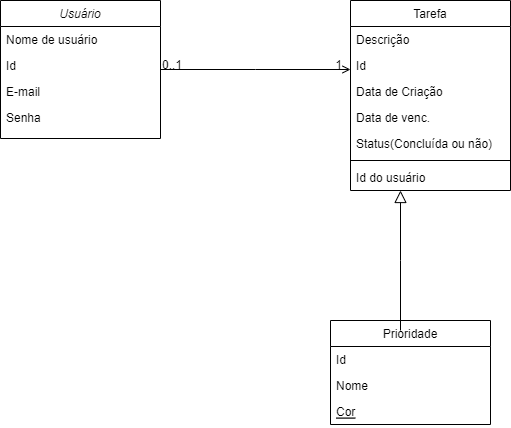
The draw.io diagram Diagrama da poo.drawio.png in Kawanpacheco/POOunemat, before a commit. Source tidied: cells renumbered, new cells last; positions are measured from the earlier drawing's top-left corner, leaving out a move shared by most shapes.
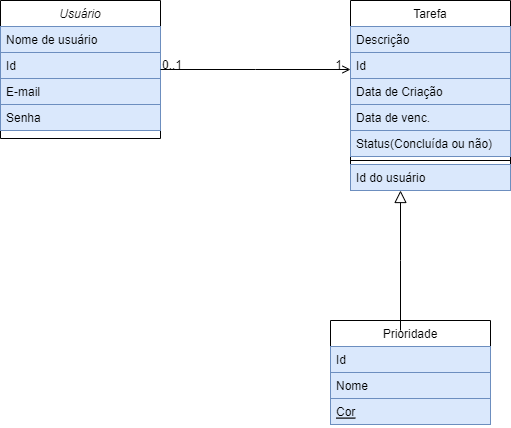
After the commit.

Diff of the diagram source:
```diff
@@ -5,52 +5,52 @@
     <mxCell id="2" value="Usuário" style="swimlane;fontStyle=2;align=center;verticalAlign=top;horizontal=1;startSize=26;rounded=0;shadow=0;strokeWidth=1;" parent="1" vertex="1">
       <mxGeometry width="160" height="138" as="geometry" />
     </mxCell>
-    <mxCell id="3" value="Nome de usuário" style="text;align=left;verticalAlign=top;spacingLeft=4;spacingRight=4;overflow=hidden;" parent="2" vertex="1">
+    <mxCell id="3" value="Nome de usuário" style="text;align=left;verticalAlign=top;spacingLeft=4;spacingRight=4;overflow=hidden;fillColor=#dae8fc;strokeColor=#6c8ebf;" parent="2" vertex="1">
       <mxGeometry y="26" width="160" height="26" as="geometry" />
     </mxCell>
-    <mxCell id="4" value="Id" style="text;align=left;verticalAlign=top;spacingLeft=4;spacingRight=4;overflow=hidden;rounded=0;shadow=0;html=0;" parent="2" vertex="1">
+    <mxCell id="4" value="Id" style="text;align=left;verticalAlign=top;spacingLeft=4;spacingRight=4;overflow=hidden;rounded=0;shadow=0;html=0;fillColor=#dae8fc;strokeColor=#6c8ebf;" parent="2" vertex="1">
       <mxGeometry y="52" width="160" height="26" as="geometry" />
     </mxCell>
-    <mxCell id="5" value="E-mail" style="text;align=left;verticalAlign=top;spacingLeft=4;spacingRight=4;overflow=hidden;rounded=0;shadow=0;html=0;" parent="2" vertex="1">
+    <mxCell id="5" value="E-mail" style="text;align=left;verticalAlign=top;spacingLeft=4;spacingRight=4;overflow=hidden;rounded=0;shadow=0;html=0;fillColor=#dae8fc;strokeColor=#6c8ebf;" parent="2" vertex="1">
       <mxGeometry y="78" width="160" height="26" as="geometry" />
     </mxCell>
-    <mxCell id="6" value="Senha" style="text;align=left;verticalAlign=top;spacingLeft=4;spacingRight=4;overflow=hidden;" parent="2" vertex="1">
+    <mxCell id="6" value="Senha" style="text;align=left;verticalAlign=top;spacingLeft=4;spacingRight=4;overflow=hidden;fillColor=#dae8fc;strokeColor=#6c8ebf;" parent="2" vertex="1">
       <mxGeometry y="104" width="160" height="26" as="geometry" />
     </mxCell>
     <mxCell id="7" value="Prioridade" style="swimlane;fontStyle=0;align=center;verticalAlign=top;horizontal=1;startSize=26;rounded=0;shadow=0;strokeWidth=1;" parent="1" vertex="1">
       <mxGeometry x="330" y="320" width="160" height="104" as="geometry" />
     </mxCell>
-    <mxCell id="8" value="Id" style="text;align=left;verticalAlign=top;spacingLeft=4;spacingRight=4;overflow=hidden;" parent="7" vertex="1">
+    <mxCell id="8" value="Id" style="text;align=left;verticalAlign=top;spacingLeft=4;spacingRight=4;overflow=hidden;fillColor=#dae8fc;strokeColor=#6c8ebf;" parent="7" vertex="1">
       <mxGeometry y="26" width="160" height="26" as="geometry" />
     </mxCell>
-    <mxCell id="9" value="Nome" style="text;align=left;verticalAlign=top;spacingLeft=4;spacingRight=4;overflow=hidden;rounded=0;shadow=0;html=0;" parent="7" vertex="1">
+    <mxCell id="9" value="Nome" style="text;align=left;verticalAlign=top;spacingLeft=4;spacingRight=4;overflow=hidden;rounded=0;shadow=0;html=0;fillColor=#dae8fc;strokeColor=#6c8ebf;" parent="7" vertex="1">
       <mxGeometry y="52" width="160" height="26" as="geometry" />
     </mxCell>
-    <mxCell id="10" value="Cor" style="text;align=left;verticalAlign=top;spacingLeft=4;spacingRight=4;overflow=hidden;fontStyle=4;" parent="7" vertex="1">
+    <mxCell id="10" value="Cor" style="text;align=left;verticalAlign=top;spacingLeft=4;spacingRight=4;overflow=hidden;fontStyle=4;fillColor=#dae8fc;strokeColor=#6c8ebf;" parent="7" vertex="1">
       <mxGeometry y="78" width="160" height="26" as="geometry" />
     </mxCell>
     <mxCell id="11" value="Tarefa&#10;" style="swimlane;fontStyle=0;align=center;verticalAlign=top;horizontal=1;startSize=26;rounded=0;shadow=0;strokeWidth=1;" parent="1" vertex="1">
       <mxGeometry x="350" width="160" height="190" as="geometry" />
     </mxCell>
-    <mxCell id="12" value="Descrição" style="text;align=left;verticalAlign=top;spacingLeft=4;spacingRight=4;overflow=hidden;" parent="11" vertex="1">
+    <mxCell id="12" value="Descrição" style="text;align=left;verticalAlign=top;spacingLeft=4;spacingRight=4;overflow=hidden;fillColor=#dae8fc;strokeColor=#6c8ebf;" parent="11" vertex="1">
       <mxGeometry y="26" width="160" height="26" as="geometry" />
     </mxCell>
-    <mxCell id="13" value="Id" style="text;align=left;verticalAlign=top;spacingLeft=4;spacingRight=4;overflow=hidden;rounded=0;shadow=0;html=0;" parent="11" vertex="1">
+    <mxCell id="13" value="Id" style="text;align=left;verticalAlign=top;spacingLeft=4;spacingRight=4;overflow=hidden;rounded=0;shadow=0;html=0;fillColor=#dae8fc;strokeColor=#6c8ebf;" parent="11" vertex="1">
       <mxGeometry y="52" width="160" height="26" as="geometry" />
     </mxCell>
-    <mxCell id="14" value="Data de Criação" style="text;align=left;verticalAlign=top;spacingLeft=4;spacingRight=4;overflow=hidden;rounded=0;shadow=0;html=0;" parent="11" vertex="1">
+    <mxCell id="14" value="Data de Criação" style="text;align=left;verticalAlign=top;spacingLeft=4;spacingRight=4;overflow=hidden;rounded=0;shadow=0;html=0;fillColor=#dae8fc;strokeColor=#6c8ebf;" parent="11" vertex="1">
       <mxGeometry y="78" width="160" height="26" as="geometry" />
     </mxCell>
-    <mxCell id="15" value="Data de venc." style="text;align=left;verticalAlign=top;spacingLeft=4;spacingRight=4;overflow=hidden;rounded=0;shadow=0;html=0;" parent="11" vertex="1">
+    <mxCell id="15" value="Data de venc." style="text;align=left;verticalAlign=top;spacingLeft=4;spacingRight=4;overflow=hidden;rounded=0;shadow=0;html=0;fillColor=#dae8fc;strokeColor=#6c8ebf;" parent="11" vertex="1">
       <mxGeometry y="104" width="160" height="26" as="geometry" />
     </mxCell>
-    <mxCell id="16" value="Status(Concluída ou não)" style="text;align=left;verticalAlign=top;spacingLeft=4;spacingRight=4;overflow=hidden;rounded=0;shadow=0;html=0;" parent="11" vertex="1">
+    <mxCell id="16" value="Status(Concluída ou não)" style="text;align=left;verticalAlign=top;spacingLeft=4;spacingRight=4;overflow=hidden;rounded=0;shadow=0;html=0;fillColor=#dae8fc;strokeColor=#6c8ebf;" parent="11" vertex="1">
       <mxGeometry y="130" width="160" height="26" as="geometry" />
     </mxCell>
     <mxCell id="17" style="line;html=1;strokeWidth=1;align=left;verticalAlign=middle;spacingTop=-1;spacingLeft=3;spacingRight=3;labelPosition=right;" parent="11" vertex="1">
       <mxGeometry y="156" width="160" height="8" as="geometry" />
     </mxCell>
-    <mxCell id="18" value="Id do usuário" style="text;align=left;verticalAlign=top;spacingLeft=4;spacingRight=4;overflow=hidden;" parent="11" vertex="1">
+    <mxCell id="18" value="Id do usuário" style="text;align=left;verticalAlign=top;spacingLeft=4;spacingRight=4;overflow=hidden;fillColor=#dae8fc;strokeColor=#6c8ebf;" parent="11" vertex="1">
       <mxGeometry y="164" width="160" height="26" as="geometry" />
     </mxCell>
     <mxCell id="19" style="endArrow=open;shadow=0;strokeWidth=1;rounded=0;endFill=1;edgeStyle=elbowEdgeStyle;elbow=vertical;" parent="1" edge="1" source="2" target="11">
```
